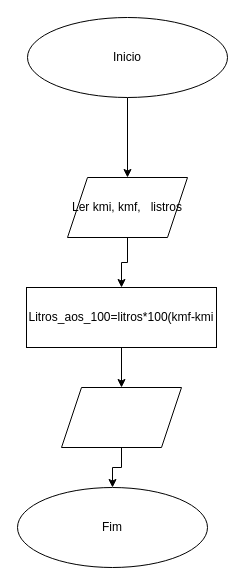
This is Diagrama sem nome.drawio from user294477660/Diagramas, a draw.io file, before an edit. Source tidied: cells renumbered, new cells numbered last; positions are measured from the earlier drawing's top-left corner, leaving out a move shared by most shapes. Both pictures are drawn from the tidied source at 100%, with x=0, y=0 at pixel (17, 17).
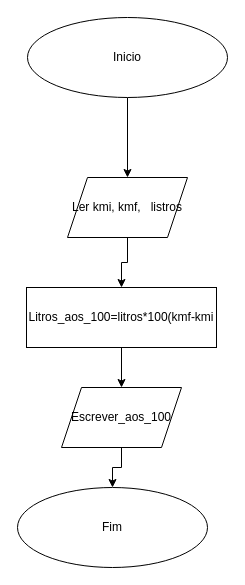
Above is the later version.

Commit message:
ex do carro tom

Change to the diagram source:
```diff
@@
 <mxGraphModel>
   <root>
     <mxCell id="0" />
     <mxCell id="1" parent="0" />
     <mxCell id="2" style="edgeStyle=orthogonalEdgeStyle;rounded=0;jettySize=auto;html=1;" parent="1" edge="1" source="3" target="6">
       <mxGeometry relative="1" as="geometry" />
     </mxCell>
     <mxCell id="3" value="Inicio" style="ellipse;whiteSpace=wrap;html=1;shapeInside=1;" parent="1" vertex="1">
       <mxGeometry x="10" width="200" height="80" as="geometry" />
     </mxCell>
     <mxCell id="4" value="Fim" style="ellipse;whiteSpace=wrap;html=1;shapeInside=1;" parent="1" vertex="1">
       <mxGeometry y="470" width="190" height="80" as="geometry" />
     </mxCell>
     <mxCell id="5" style="edgeStyle=orthogonalEdgeStyle;rounded=0;jettySize=auto;html=1;" parent="1" edge="1" source="6" target="8">
       <mxGeometry relative="1" as="geometry" />
     </mxCell>
     <mxCell id="6" value="Ler kmi, kmf,&amp;nbsp; &amp;nbsp;listros" style="shape=parallelogram;perimeter=parallelogramPerimeter;whiteSpace=wrap;html=1;shapeInside=1;fixedSize=1;" parent="1" vertex="1">
       <mxGeometry x="50" y="160" width="120" height="60" as="geometry" />
     </mxCell>
     <mxCell id="7" style="edgeStyle=orthogonalEdgeStyle;rounded=0;jettySize=auto;html=1;" parent="1" edge="1" source="8" target="10">
       <mxGeometry relative="1" as="geometry" />
     </mxCell>
     <mxCell id="8" value="Litros_aos_100=litros*100(kmf-kmi" style="rounded=0;whiteSpace=wrap;html=1;" parent="1" vertex="1">
       <mxGeometry x="9" y="270" width="190" height="60" as="geometry" />
     </mxCell>
     <mxCell id="9" style="edgeStyle=orthogonalEdgeStyle;rounded=0;jettySize=auto;html=1;" parent="1" edge="1" source="10" target="4">
       <mxGeometry relative="1" as="geometry" />
     </mxCell>
-    <mxCell id="10" style="shape=parallelogram;perimeter=parallelogramPerimeter;whiteSpace=wrap;html=1;shapeInside=1;fixedSize=1;" parent="1" vertex="1">
+    <mxCell id="10" value="Escrever_aos_100" style="shape=parallelogram;perimeter=parallelogramPerimeter;whiteSpace=wrap;html=1;shapeInside=1;fixedSize=1;" parent="1" vertex="1">
       <mxGeometry x="44" y="370" width="120" height="60" as="geometry" />
     </mxCell>
   </root>
 </mxGraphModel>
```
